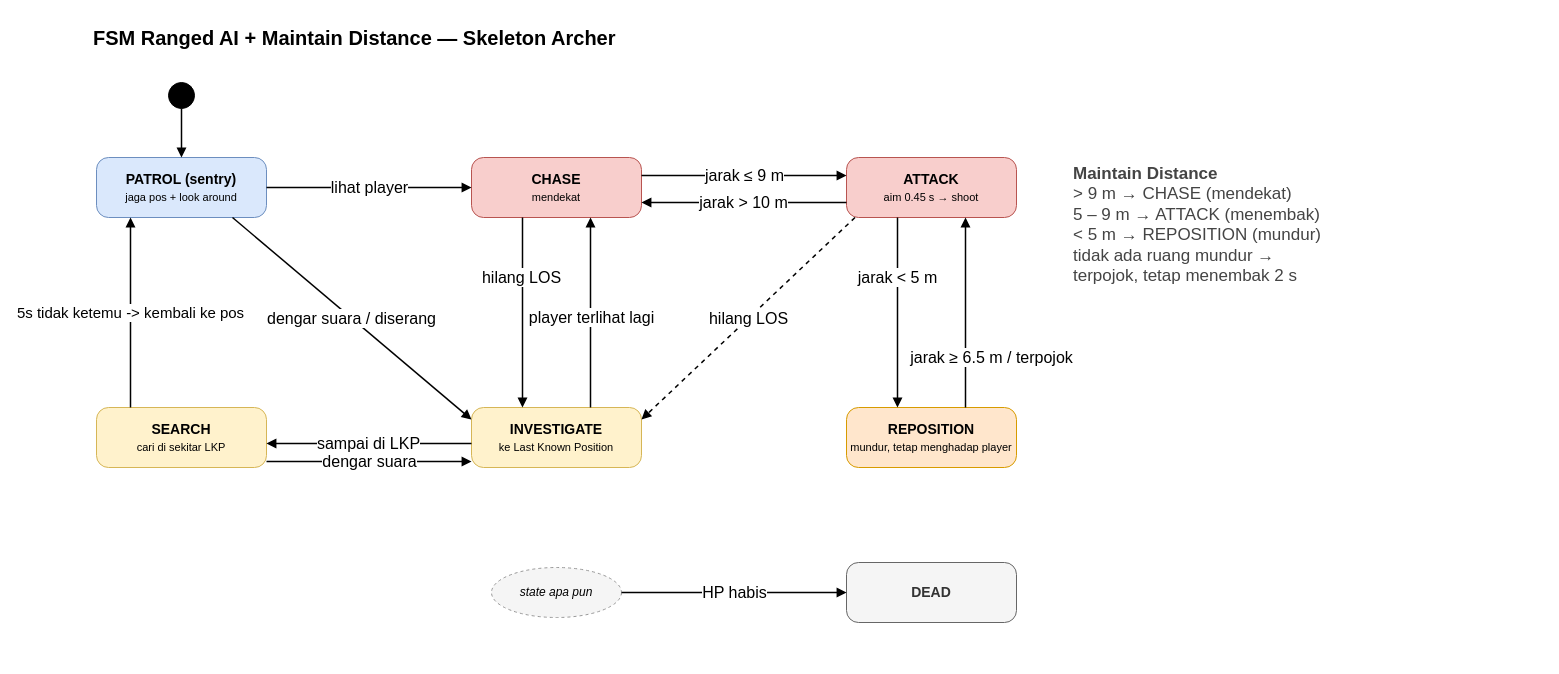
The draw.io diagram UTS-DungeonHunter/Docs/diagrams/fsm_ranged.drawio in Theluckybro/Smart-Game-Mi-Ayam, before the edit. Source tidied: cells renumbered, new cells numbered last; positions are measured from the earlier drawing's top-left corner, leaving out a move shared by most shapes. Both pictures are drawn from the tidied source at 100%, with x=0, y=0 at pixel (91, 17).
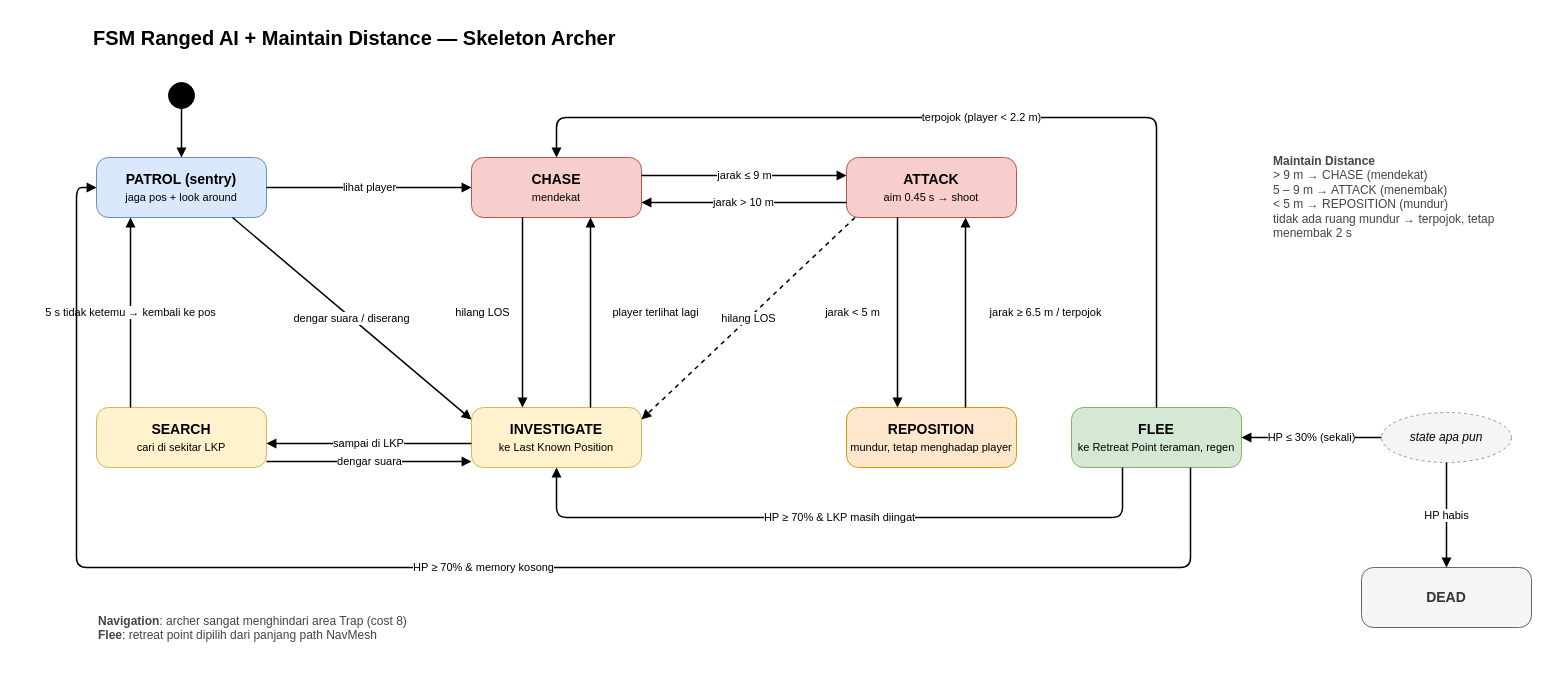
The same diagram, later.

Unchanged cells that the change refers to:
```xml
<mxCell id="4" value="PATROL (sentry)&lt;br&gt;&lt;span style=&quot;font-weight:normal;font-size:11px&quot;&gt;jaga pos + look around&lt;/span&gt;" style="rounded=1;whiteSpace=wrap;html=1;fillColor=#dae8fc;strokeColor=#6c8ebf;fontStyle=1;fontSize=14;arcSize=20;" parent="1" vertex="1">
  <mxGeometry x="5" y="140" width="170" height="60" as="geometry" />
</mxCell>
<mxCell id="5" value="CHASE&lt;br&gt;&lt;span style=&quot;font-weight:normal;font-size:11px&quot;&gt;mendekat&lt;/span&gt;" style="rounded=1;whiteSpace=wrap;html=1;fillColor=#f8cecc;strokeColor=#b85450;fontStyle=1;fontSize=14;arcSize=20;" parent="1" vertex="1">
  <mxGeometry x="380" y="140" width="170" height="60" as="geometry" />
</mxCell>
<mxCell id="6" value="ATTACK&lt;br&gt;&lt;span style=&quot;font-weight:normal;font-size:11px&quot;&gt;aim 0.45 s → shoot&lt;/span&gt;" style="rounded=1;whiteSpace=wrap;html=1;fillColor=#f8cecc;strokeColor=#b85450;fontStyle=1;fontSize=14;arcSize=20;" parent="1" vertex="1">
  <mxGeometry x="755" y="140" width="170" height="60" as="geometry" />
</mxCell>
<mxCell id="7" value="REPOSITION&lt;br&gt;&lt;span style=&quot;font-weight:normal;font-size:11px&quot;&gt;mundur, tetap menghadap player&lt;/span&gt;" style="rounded=1;whiteSpace=wrap;html=1;fillColor=#ffe6cc;strokeColor=#d79b00;fontStyle=1;fontSize=14;arcSize=20;" parent="1" vertex="1">
  <mxGeometry x="755" y="390" width="170" height="60" as="geometry" />
</mxCell>
<mxCell id="8" value="INVESTIGATE&lt;br&gt;&lt;span style=&quot;font-weight:normal;font-size:11px&quot;&gt;ke Last Known Position&lt;/span&gt;" style="rounded=1;whiteSpace=wrap;html=1;fillColor=#fff2cc;strokeColor=#d6b656;fontStyle=1;fontSize=14;arcSize=20;" parent="1" vertex="1">
  <mxGeometry x="380" y="390" width="170" height="60" as="geometry" />
</mxCell>
<mxCell id="9" value="SEARCH&lt;br&gt;&lt;span style=&quot;font-weight:normal;font-size:11px&quot;&gt;cari di sekitar LKP&lt;/span&gt;" style="rounded=1;whiteSpace=wrap;html=1;fillColor=#fff2cc;strokeColor=#d6b656;fontStyle=1;fontSize=14;arcSize=20;" parent="1" vertex="1">
  <mxGeometry x="5" y="390" width="170" height="60" as="geometry" />
</mxCell>
```

What changed in the source:
```diff
@@
+    <mxCell id="27" value="FLEE&lt;br&gt;&lt;span style=&quot;font-weight:normal;font-size:11px&quot;&gt;ke Retreat Point teraman, regen&lt;/span&gt;" style="rounded=1;whiteSpace=wrap;html=1;fillColor=#d5e8d4;strokeColor=#82b366;fontStyle=1;fontSize=14;arcSize=20;" parent="1" vertex="1">
+      <mxGeometry x="980" y="390" width="170" height="60" as="geometry" />
+    </mxCell>
     <mxCell id="10" value="state apa pun" style="ellipse;whiteSpace=wrap;html=1;fillColor=#f5f5f5;strokeColor=#999999;dashed=1;fontSize=12;fontStyle=2;" parent="1" vertex="1">
-      <mxGeometry x="400" y="550" width="130" height="50" as="geometry" />
+      <mxGeometry x="1290" y="395" width="130" height="50" as="geometry" />
     </mxCell>
     <mxCell id="11" value="DEAD" style="rounded=1;whiteSpace=wrap;html=1;fillColor=#f5f5f5;strokeColor=#666666;fontColor=#333333;fontStyle=1;fontSize=14;arcSize=20;" parent="1" vertex="1">
-      <mxGeometry x="755" y="545" width="170" height="60" as="geometry" />
+      <mxGeometry x="1270" y="550" width="170" height="60" as="geometry" />
     </mxCell>
-    <mxCell id="12" value="&lt;font style=&quot;font-size: 17px;&quot;&gt;&lt;b style=&quot;&quot;&gt;Maintain Distance&lt;/b&gt;&lt;br&gt;&amp;gt; 9 m → CHASE (mendekat)&lt;br&gt;5 – 9 m → ATTACK (menembak)&lt;br&gt;&amp;lt; 5 m → REPOSITION (mundur)&lt;br&gt;tidak ada ruang mundur → terpojok, tetap menembak 2 s&lt;/font&gt;" style="text;html=1;align=left;verticalAlign=top;fontSize=12;whiteSpace=wrap;fontColor=#444444;" parent="1" vertex="1">
-      <mxGeometry x="980" y="140" width="270" height="110" as="geometry" />
+    <mxCell id="12" value="&lt;b&gt;Maintain Distance&lt;/b&gt;&lt;br&gt;&amp;gt; 9 m → CHASE (mendekat)&lt;br&gt;5 – 9 m → ATTACK (menembak)&lt;br&gt;&amp;lt; 5 m → REPOSITION (mundur)&lt;br&gt;tidak ada ruang mundur → terpojok, tetap menembak 2 s" style="text;html=1;align=left;verticalAlign=top;fontSize=12;whiteSpace=wrap;fontColor=#444444;" parent="1" vertex="1">
+      <mxGeometry x="1180" y="130" width="270" height="110" as="geometry" />
     </mxCell>
+    <mxCell id="28" value="&lt;b&gt;Navigation&lt;/b&gt;: archer sangat menghindari area Trap (cost 8)&lt;br&gt;&lt;b&gt;Flee&lt;/b&gt;: retreat point dipilih dari panjang path NavMesh" style="text;html=1;align=left;verticalAlign=top;fontSize=12;whiteSpace=wrap;fontColor=#444444;" parent="1" vertex="1">
+      <mxGeometry x="5" y="590" width="700" height="50" as="geometry" />
+    </mxCell>
@@
-    <mxCell id="14" value="&lt;font style=&quot;font-size: 16px;&quot;&gt;lihat player&lt;/font&gt;" style="html=1;rounded=1;endArrow=block;endFill=1;strokeWidth=1.5;fontSize=11;labelBackgroundColor=#ffffff;exitX=1;exitY=0.5;exitDx=0;exitDy=0;entryX=0;entryY=0.5;entryDx=0;entryDy=0;" parent="1" edge="1" source="4" target="5">
+    <mxCell id="14" value="lihat player" style="html=1;rounded=1;endArrow=block;endFill=1;strokeWidth=1.5;fontSize=11;labelBackgroundColor=#ffffff;exitX=1;exitY=0.5;exitDx=0;exitDy=0;entryX=0;entryY=0.5;entryDx=0;entryDy=0;" parent="1" edge="1" source="4" target="5">
       <mxGeometry relative="1" as="geometry" />
     </mxCell>
-    <mxCell id="15" value="&lt;font style=&quot;font-size: 16px;&quot;&gt;jarak ≤ 9 m&lt;/font&gt;" style="html=1;rounded=1;endArrow=block;endFill=1;strokeWidth=1.5;fontSize=11;labelBackgroundColor=#ffffff;exitX=1;exitY=0.3;exitDx=0;exitDy=0;entryX=0;entryY=0.3;entryDx=0;entryDy=0;" parent="1" edge="1" source="5" target="6">
+    <mxCell id="15" value="jarak ≤ 9 m" style="html=1;rounded=1;endArrow=block;endFill=1;strokeWidth=1.5;fontSize=11;labelBackgroundColor=#ffffff;exitX=1;exitY=0.3;exitDx=0;exitDy=0;entryX=0;entryY=0.3;entryDx=0;entryDy=0;" parent="1" edge="1" source="5" target="6">
       <mxGeometry relative="1" as="geometry" />
     </mxCell>
-    <mxCell id="16" value="&lt;font style=&quot;font-size: 16px;&quot;&gt;jarak &amp;gt; 10 m&lt;/font&gt;" style="html=1;rounded=1;endArrow=block;endFill=1;strokeWidth=1.5;fontSize=11;labelBackgroundColor=#ffffff;exitX=0;exitY=0.75;exitDx=0;exitDy=0;entryX=1;entryY=0.75;entryDx=0;entryDy=0;" parent="1" edge="1" source="6" target="5">
+    <mxCell id="16" value="jarak &gt; 10 m" style="html=1;rounded=1;endArrow=block;endFill=1;strokeWidth=1.5;fontSize=11;labelBackgroundColor=#ffffff;exitX=0;exitY=0.75;exitDx=0;exitDy=0;entryX=1;entryY=0.75;entryDx=0;entryDy=0;" parent="1" edge="1" source="6" target="5">
       <mxGeometry relative="1" as="geometry" />
     </mxCell>
-    <mxCell id="17" value="&lt;font style=&quot;font-size: 16px;&quot;&gt;jarak &amp;lt; 5 m&lt;/font&gt;" style="html=1;rounded=1;endArrow=block;endFill=1;strokeWidth=1.5;fontSize=11;labelBackgroundColor=#ffffff;exitX=0.3;exitY=1;exitDx=0;exitDy=0;entryX=0.3;entryY=0;entryDx=0;entryDy=0;" parent="1" edge="1" source="6" target="7">
-      <mxGeometry x="-0.37" relative="1" as="geometry" />
+    <mxCell id="17" value="jarak &lt; 5 m" style="html=1;rounded=1;endArrow=block;endFill=1;strokeWidth=1.5;fontSize=11;labelBackgroundColor=#ffffff;exitX=0.3;exitY=1;exitDx=0;exitDy=0;entryX=0.3;entryY=0;entryDx=0;entryDy=0;" parent="1" edge="1" source="6" target="7">
+      <mxGeometry relative="1" as="geometry">
+        <mxPoint x="-45" as="offset" />
+      </mxGeometry>
     </mxCell>
-    <mxCell id="18" value="&lt;font style=&quot;font-size: 16px;&quot;&gt;jarak ≥ 6.5 m / terpojok&lt;/font&gt;" style="html=1;rounded=1;endArrow=block;endFill=1;strokeWidth=1.5;fontSize=11;labelBackgroundColor=#ffffff;exitX=0.7;exitY=0;exitDx=0;exitDy=0;entryX=0.7;entryY=1;entryDx=0;entryDy=0;" parent="1" edge="1" source="7" target="6">
-      <mxGeometry x="-0.47" y="-26" relative="1" as="geometry" />
+    <mxCell id="18" value="jarak ≥ 6.5 m / terpojok" style="html=1;rounded=1;endArrow=block;endFill=1;strokeWidth=1.5;fontSize=11;labelBackgroundColor=#ffffff;exitX=0.7;exitY=0;exitDx=0;exitDy=0;entryX=0.7;entryY=1;entryDx=0;entryDy=0;" parent="1" edge="1" source="7" target="6">
+      <mxGeometry relative="1" as="geometry">
+        <mxPoint x="80" as="offset" />
+      </mxGeometry>
     </mxCell>
-    <mxCell id="19" value="&lt;font style=&quot;font-size: 16px;&quot;&gt;hilang LOS&lt;/font&gt;" style="html=1;rounded=1;endArrow=block;endFill=1;strokeWidth=1.5;fontSize=11;labelBackgroundColor=#ffffff;exitX=0.3;exitY=1;exitDx=0;exitDy=0;entryX=0.3;entryY=0;entryDx=0;entryDy=0;" parent="1" edge="1" source="5" target="8">
-      <mxGeometry x="-0.37" y="-1" relative="1" as="geometry" />
+    <mxCell id="19" value="hilang LOS" style="html=1;rounded=1;endArrow=block;endFill=1;strokeWidth=1.5;fontSize=11;labelBackgroundColor=#ffffff;exitX=0.3;exitY=1;exitDx=0;exitDy=0;entryX=0.3;entryY=0;entryDx=0;entryDy=0;" parent="1" edge="1" source="5" target="8">
+      <mxGeometry relative="1" as="geometry">
+        <mxPoint x="-40" as="offset" />
+      </mxGeometry>
     </mxCell>
-    <mxCell id="20" value="&lt;font style=&quot;font-size: 16px;&quot;&gt;player terlihat lagi&lt;/font&gt;" style="html=1;rounded=1;endArrow=block;endFill=1;strokeWidth=1.5;fontSize=11;labelBackgroundColor=#ffffff;exitX=0.7;exitY=0;exitDx=0;exitDy=0;entryX=0.7;entryY=1;entryDx=0;entryDy=0;" parent="1" edge="1" source="8" target="5">
-      <mxGeometry x="-0.05" y="-1" relative="1" as="geometry" />
+    <mxCell id="20" value="player terlihat lagi" style="html=1;rounded=1;endArrow=block;endFill=1;strokeWidth=1.5;fontSize=11;labelBackgroundColor=#ffffff;exitX=0.7;exitY=0;exitDx=0;exitDy=0;entryX=0.7;entryY=1;entryDx=0;entryDy=0;" parent="1" edge="1" source="8" target="5">
+      <mxGeometry relative="1" as="geometry">
+        <mxPoint x="65" as="offset" />
+      </mxGeometry>
     </mxCell>
-    <mxCell id="21" value="&lt;font style=&quot;font-size: 16px;&quot;&gt;hilang LOS&lt;/font&gt;" style="html=1;rounded=1;endArrow=block;endFill=1;strokeWidth=1.5;fontSize=11;labelBackgroundColor=#ffffff;exitX=0.05;exitY=1;exitDx=0;exitDy=0;entryX=1;entryY=0.2;entryDx=0;entryDy=0;dashed=1;" parent="1" edge="1" source="6" target="8">
+    <mxCell id="21" value="hilang LOS" style="html=1;rounded=1;endArrow=block;endFill=1;strokeWidth=1.5;fontSize=11;labelBackgroundColor=#ffffff;exitX=0.05;exitY=1;exitDx=0;exitDy=0;entryX=1;entryY=0.2;entryDx=0;entryDy=0;dashed=1;" parent="1" edge="1" source="6" target="8">
       <mxGeometry relative="1" as="geometry" />
     </mxCell>
-    <mxCell id="22" value="&lt;font style=&quot;font-size: 16px;&quot;&gt;dengar suara / diserang&lt;/font&gt;" style="html=1;rounded=1;endArrow=block;endFill=1;strokeWidth=1.5;fontSize=11;labelBackgroundColor=#ffffff;exitX=0.8;exitY=1;exitDx=0;exitDy=0;entryX=0;entryY=0.2;entryDx=0;entryDy=0;" parent="1" edge="1" source="4" target="8">
+    <mxCell id="22" value="dengar suara / diserang" style="html=1;rounded=1;endArrow=block;endFill=1;strokeWidth=1.5;fontSize=11;labelBackgroundColor=#ffffff;exitX=0.8;exitY=1;exitDx=0;exitDy=0;entryX=0;entryY=0.2;entryDx=0;entryDy=0;" parent="1" edge="1" source="4" target="8">
       <mxGeometry relative="1" as="geometry" />
     </mxCell>
-    <mxCell id="23" value="&lt;font style=&quot;font-size: 16px;&quot;&gt;sampai di LKP&lt;/font&gt;" style="html=1;rounded=1;endArrow=block;endFill=1;strokeWidth=1.5;fontSize=11;labelBackgroundColor=#ffffff;exitX=0;exitY=0.6;exitDx=0;exitDy=0;entryX=1;entryY=0.6;entryDx=0;entryDy=0;" parent="1" edge="1" source="8" target="9">
+    <mxCell id="23" value="sampai di LKP" style="html=1;rounded=1;endArrow=block;endFill=1;strokeWidth=1.5;fontSize=11;labelBackgroundColor=#ffffff;exitX=0;exitY=0.6;exitDx=0;exitDy=0;entryX=1;entryY=0.6;entryDx=0;entryDy=0;" parent="1" edge="1" source="8" target="9">
       <mxGeometry relative="1" as="geometry" />
     </mxCell>
-    <mxCell id="24" value="&lt;font style=&quot;font-size: 16px;&quot;&gt;dengar suara&lt;/font&gt;" style="html=1;rounded=1;endArrow=block;endFill=1;strokeWidth=1.5;fontSize=11;labelBackgroundColor=#ffffff;exitX=1;exitY=0.9;exitDx=0;exitDy=0;entryX=0;entryY=0.9;entryDx=0;entryDy=0;" parent="1" edge="1" source="9" target="8">
+    <mxCell id="24" value="dengar suara" style="html=1;rounded=1;endArrow=block;endFill=1;strokeWidth=1.5;fontSize=11;labelBackgroundColor=#ffffff;exitX=1;exitY=0.9;exitDx=0;exitDy=0;entryX=0;entryY=0.9;entryDx=0;entryDy=0;" parent="1" edge="1" source="9" target="8">
       <mxGeometry relative="1" as="geometry" />
     </mxCell>
-    <mxCell id="25" value="&lt;font style=&quot;font-size: 15px;&quot;&gt;5s tidak ketemu -&amp;gt; kembali ke pos&lt;/font&gt;" style="html=1;rounded=1;endArrow=block;endFill=1;strokeWidth=1.5;fontSize=11;labelBackgroundColor=#ffffff;exitX=0.2;exitY=0;exitDx=0;exitDy=0;entryX=0.2;entryY=1;entryDx=0;entryDy=0;" parent="1" edge="1" source="9" target="4">
+    <mxCell id="25" value="5 s tidak ketemu → kembali ke pos" style="html=1;rounded=1;endArrow=block;endFill=1;strokeWidth=1.5;fontSize=11;labelBackgroundColor=#ffffff;exitX=0.2;exitY=0;exitDx=0;exitDy=0;entryX=0.2;entryY=1;entryDx=0;entryDy=0;" parent="1" edge="1" source="9" target="4">
       <mxGeometry relative="1" as="geometry" />
     </mxCell>
-    <mxCell id="26" value="&lt;font style=&quot;font-size: 16px;&quot;&gt;HP habis&lt;/font&gt;" style="html=1;rounded=1;endArrow=block;endFill=1;strokeWidth=1.5;fontSize=11;labelBackgroundColor=#ffffff;exitX=1;exitY=0.5;exitDx=0;exitDy=0;entryX=0;entryY=0.5;entryDx=0;entryDy=0;" parent="1" edge="1" source="10" target="11">
+    <mxCell id="26" value="HP ≤ 30% (sekali)" style="html=1;rounded=1;endArrow=block;endFill=1;strokeWidth=1.5;fontSize=11;labelBackgroundColor=#ffffff;exitX=0;exitY=0.5;exitDx=0;exitDy=0;entryX=1;entryY=0.5;entryDx=0;entryDy=0;" parent="1" edge="1" source="10" target="27">
       <mxGeometry relative="1" as="geometry" />
     </mxCell>
+    <mxCell id="29" value="HP habis" style="html=1;rounded=1;endArrow=block;endFill=1;strokeWidth=1.5;fontSize=11;labelBackgroundColor=#ffffff;exitX=0.5;exitY=1;exitDx=0;exitDy=0;entryX=0.5;entryY=0;entryDx=0;entryDy=0;" parent="1" edge="1" source="10" target="11">
+      <mxGeometry relative="1" as="geometry" />
+    </mxCell>
+    <mxCell id="30" value="terpojok (player &lt; 2.2 m)" style="html=1;rounded=1;endArrow=block;endFill=1;strokeWidth=1.5;fontSize=11;labelBackgroundColor=#ffffff;exitX=0.5;exitY=0;exitDx=0;exitDy=0;entryX=0.5;entryY=0;entryDx=0;entryDy=0;" parent="1" edge="1" source="27" target="5">
+      <mxGeometry relative="1" as="geometry">
+        <Array as="points">
+          <mxPoint x="1065" y="100" />
+          <mxPoint x="465" y="100" />
+        </Array>
+      </mxGeometry>
+    </mxCell>
+    <mxCell id="31" value="HP ≥ 70% &amp; LKP masih diingat" style="html=1;rounded=1;endArrow=block;endFill=1;strokeWidth=1.5;fontSize=11;labelBackgroundColor=#ffffff;exitX=0.3;exitY=1;exitDx=0;exitDy=0;entryX=0.5;entryY=1;entryDx=0;entryDy=0;" parent="1" edge="1" source="27" target="8">
+      <mxGeometry relative="1" as="geometry">
+        <Array as="points">
+          <mxPoint x="1031" y="500" />
+          <mxPoint x="465" y="500" />
+        </Array>
+      </mxGeometry>
+    </mxCell>
+    <mxCell id="32" value="HP ≥ 70% &amp; memory kosong" style="html=1;rounded=1;endArrow=block;endFill=1;strokeWidth=1.5;fontSize=11;labelBackgroundColor=#ffffff;exitX=0.7;exitY=1;exitDx=0;exitDy=0;entryX=0;entryY=0.5;entryDx=0;entryDy=0;" parent="1" edge="1" source="27" target="4">
+      <mxGeometry relative="1" as="geometry">
+        <Array as="points">
+          <mxPoint x="1099" y="550" />
+          <mxPoint x="-15" y="550" />
+          <mxPoint x="-15" y="170" />
+        </Array>
+      </mxGeometry>
+    </mxCell>
```
